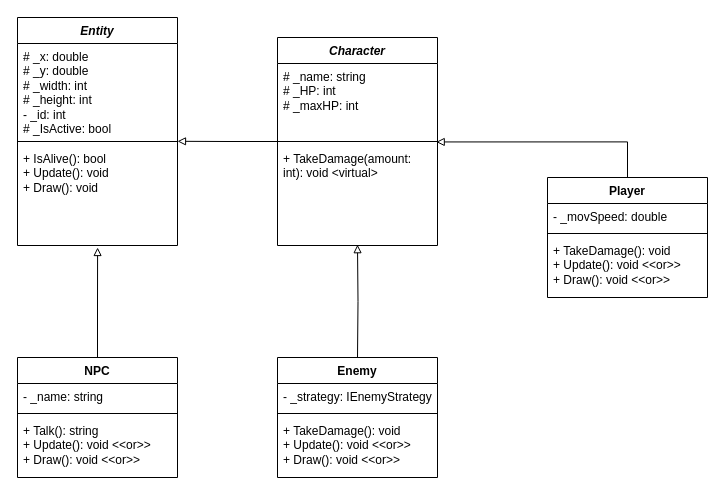
This is src/entities/entitiesdiagram.drawio from catbroccoli2/CustomProgramOOP-1, a draw.io file, before an edit. Source tidied: cells renumbered, new cells numbered last; positions are measured from the earlier drawing's top-left corner, leaving out a move shared by most shapes. Both pictures are drawn from the tidied source at 100%, with x=0, y=0 at pixel (17, 17).
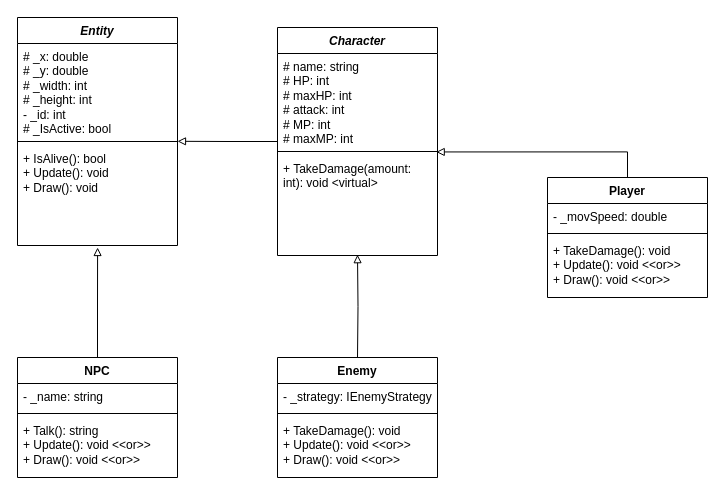
The same diagram, later.

The edit, as a diff of the source:
```diff
@@
     <mxCell id="3" value="&lt;div&gt;&lt;i&gt;Character&lt;/i&gt;&lt;/div&gt;&lt;div&gt;&lt;br&gt;&lt;/div&gt;" style="swimlane;fontStyle=1;align=center;verticalAlign=top;horizontal=1;startSize=26;whiteSpace=wrap;html=1;labelBackgroundColor=none;" parent="1" vertex="1">
-      <mxGeometry x="260" y="20" width="160" height="208" as="geometry" />
+      <mxGeometry x="260" y="10" width="160" height="228" as="geometry" />
     </mxCell>
-    <mxCell id="4" value="&lt;div&gt;# _name: string&lt;/div&gt;&lt;div&gt;# _HP: int&lt;/div&gt;&lt;div&gt;# _maxHP: int&lt;/div&gt;" style="text;strokeColor=none;fillColor=none;align=left;verticalAlign=top;spacingLeft=4;spacingRight=4;overflow=hidden;whiteSpace=wrap;html=1;labelBackgroundColor=none;" parent="3" vertex="1">
-      <mxGeometry y="26" width="160" height="74" as="geometry" />
+    <mxCell id="4" value="&lt;div&gt;# name: string&lt;/div&gt;&lt;div&gt;# HP: int&lt;/div&gt;&lt;div&gt;# maxHP: int&lt;/div&gt;&lt;div&gt;# attack: int&lt;/div&gt;&lt;div&gt;# MP: int&lt;/div&gt;&lt;div&gt;# maxMP: int&lt;/div&gt;&lt;div&gt;&lt;br&gt;&lt;/div&gt;" style="text;strokeColor=none;fillColor=none;align=left;verticalAlign=top;spacingLeft=4;spacingRight=4;overflow=hidden;whiteSpace=wrap;html=1;labelBackgroundColor=none;" parent="3" vertex="1">
+      <mxGeometry y="26" width="160" height="94" as="geometry" />
     </mxCell>
     <mxCell id="5" style="line;strokeWidth=1;fillColor=none;align=left;verticalAlign=middle;spacingTop=-1;spacingLeft=3;spacingRight=3;labelPosition=right;points=[];portConstraint=eastwest;labelBackgroundColor=none;" parent="3" vertex="1">
-      <mxGeometry y="100" width="160" height="8" as="geometry" />
+      <mxGeometry y="120" width="160" height="8" as="geometry" />
     </mxCell>
     <mxCell id="6" value="&lt;div&gt;+ TakeDamage(amount: int): void &amp;lt;virtual&amp;gt;&lt;/div&gt;&lt;div&gt;&lt;br&gt;&lt;/div&gt;" style="text;strokeColor=none;fillColor=none;align=left;verticalAlign=top;spacingLeft=4;spacingRight=4;overflow=hidden;points=[[0,0.5],[1,0.5]];portConstraint=eastwest;whiteSpace=wrap;html=1;labelBackgroundColor=none;" parent="3" vertex="1">
-      <mxGeometry y="108" width="160" height="100" as="geometry" />
+      <mxGeometry y="128" width="160" height="100" as="geometry" />
     </mxCell>
```
